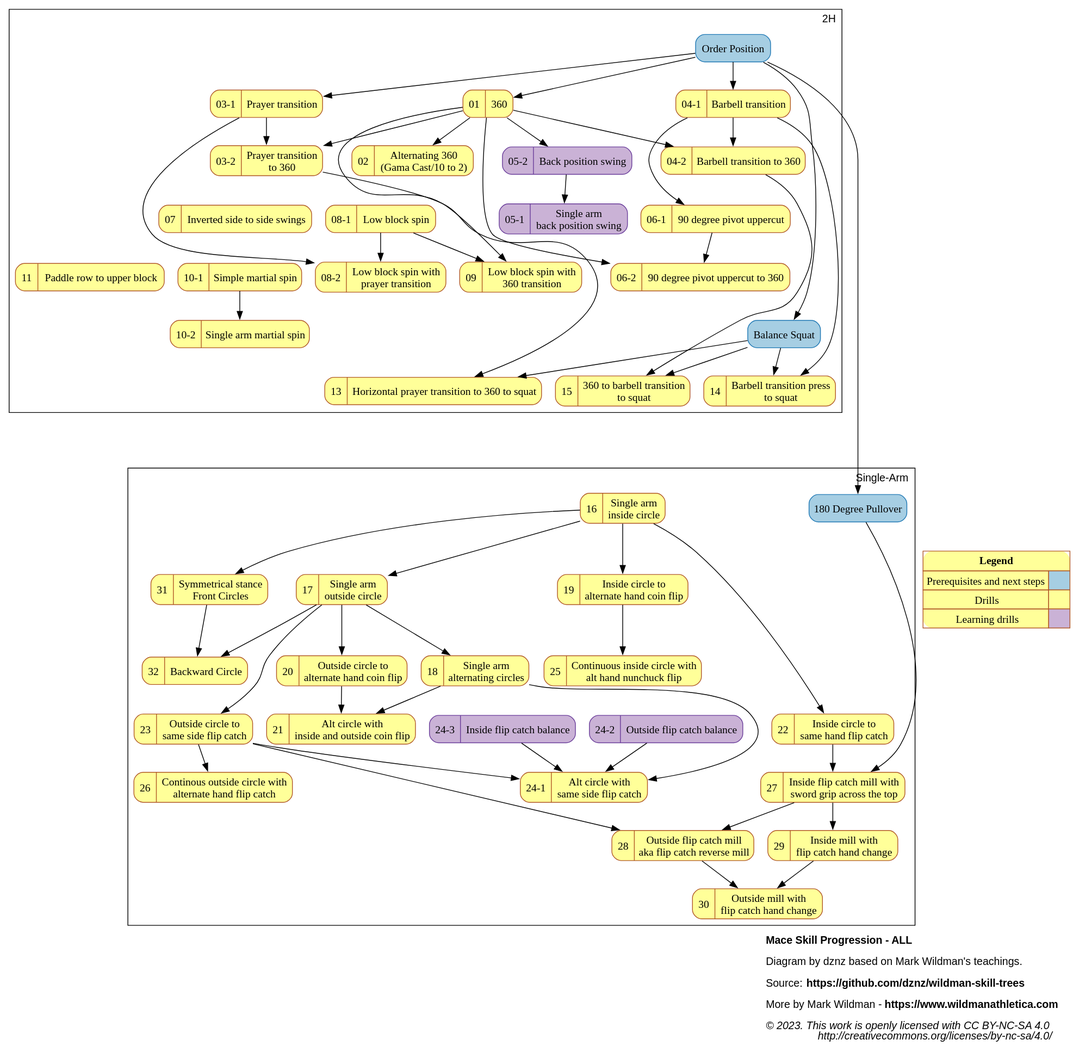
dznz/wildman-skill-trees keeps this PlantUML diagram as dist/mace_progression_ALL.svg. Above is the earlier version. Its source is kept beside it as src/mace/mace_progression_ALL.puml.
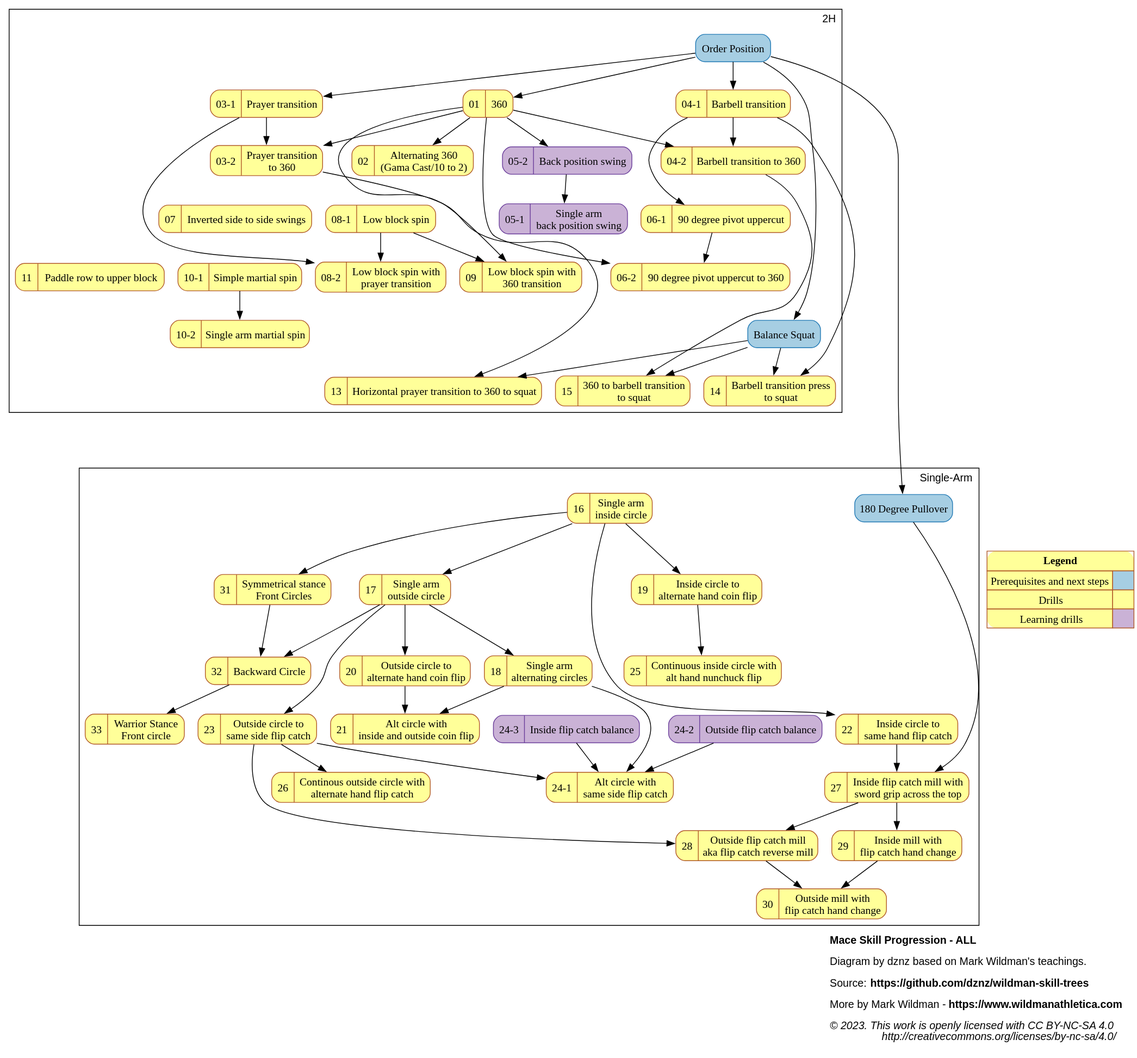
Above is the later version.

Commit message:
feat(mace_progression): add M-33

What changed in the source:
```diff
@@ -76,6 +76,7 @@
 mov_30_outmillwflip           [label="{{30  |Outside mill with\nflip catch hand change}}"                URL="https://www.youtube.com/watch?v=aIxKwvzj9Hk" ];
 mov_31_frcircle               [label="{{31  |Symmetrical stance\nFront Circles}}"                        URL="https://www.youtube.com/watch?v=ULozVN0nz_U" ];
 mov_32_bkcircle               [label="{{32  |Backward Circle}}"                                          URL="https://www.youtube.com/watch?v=KSja97kaEHY" ];
+mov_33_warfrcircle            [label="{{33  |Warrior Stance\nFront circle}}"                             URL="https://www.youtube.com/watch?v=-4GMydVrlSk" ];
 
 // LAYOUT HACKS
 
@@ -117,7 +118,7 @@
     {mov_28_outflipmill, mov_29_inmillwflip} -> mov_30_outmillwflip
 
     mov_16_saincircle -> mov_31_frcircle;
-    {mov_31_frcircle, mov_17_saoutcircle} -> mov_32_bkcircle
+    {mov_31_frcircle, mov_17_saoutcircle} -> mov_32_bkcircle -> mov_33_warfrcircle;
 
     {rank=same; ext_180pull; mov_16_saincircle}
     {rank=same; mov_17_saoutcircle; mov_19_incircle2altcoin}
```
